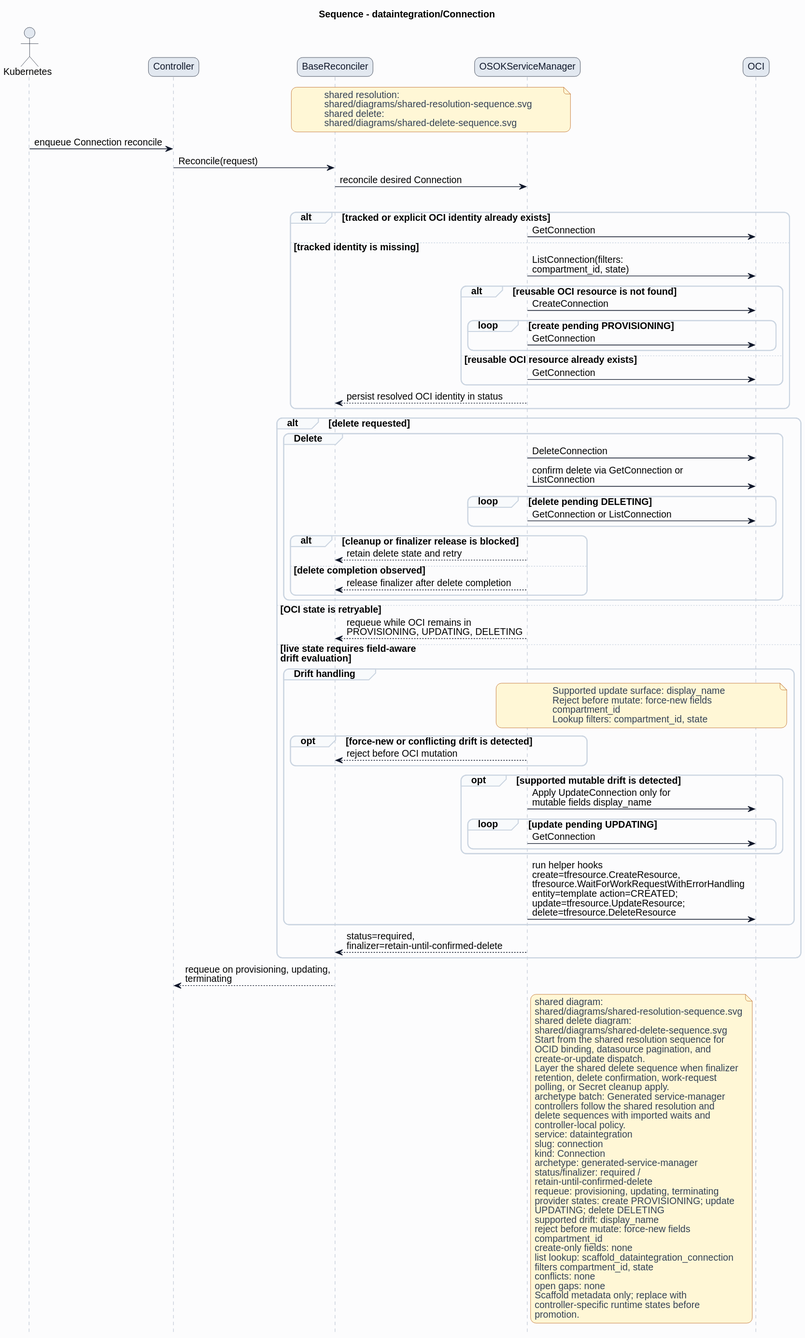
Earlier version of the PlantUML export formal/controllers/dataintegration/connection/diagrams/sequence.svg (HaoyL666/oci-service-operator). Its diagram source:
```plantuml
@startuml
skinparam shadowing false
skinparam backgroundColor #fcfcfd
skinparam defaultFontName Helvetica
skinparam defaultFontSize 14
skinparam arrowColor #0f172a
skinparam noteBackgroundColor #fff7d6
skinparam noteBorderColor #b45309
skinparam noteFontColor #334155
skinparam roundcorner 16
title Sequence - dataintegration/Connection
hide footbox
skinparam sequence {
  actorBorderColor #0f172a
  actorBackgroundColor #e2e8f0
  participantBorderColor #0f172a
  participantBackgroundColor #e2e8f0
  participantFontColor #0f172a
  lifeLineBorderColor #94a3b8
  groupBorderColor #cbd5e1
  groupBackgroundColor #f8fafc
}
actor Kubernetes
participant Controller
participant BaseReconciler
participant "OSOKServiceManager" as ServiceManager
participant OCI
note over BaseReconciler,ServiceManager
shared resolution:
shared/diagrams/shared-resolution-sequence.svg
shared delete:
shared/diagrams/shared-delete-sequence.svg
end note
Kubernetes -> Controller: enqueue Connection reconcile
Controller -> BaseReconciler: Reconcile(request)
BaseReconciler -> ServiceManager: reconcile desired Connection
group Lookup and bind
alt tracked or explicit OCI identity already exists
ServiceManager -> OCI: GetConnection
else tracked identity is missing
ServiceManager -> OCI: ListConnection(filters:\ncompartment_id, state)
alt reusable OCI resource is not found
ServiceManager -> OCI: CreateConnection
loop create pending PROVISIONING
ServiceManager -> OCI: GetConnection
end
else reusable OCI resource already exists
ServiceManager -> OCI: GetConnection
end
ServiceManager --> BaseReconciler: persist resolved OCI identity in status
end
alt delete requested
group Delete
ServiceManager -> OCI: DeleteConnection
ServiceManager -> OCI: confirm delete via GetConnection or\nListConnection
loop delete pending DELETING
ServiceManager -> OCI: GetConnection or ListConnection
end
alt cleanup or finalizer release is blocked
ServiceManager --> BaseReconciler: retain delete state and retry
else delete completion observed
ServiceManager --> BaseReconciler: release finalizer after delete completion
end
end
else OCI state is retryable
ServiceManager --> BaseReconciler: requeue while OCI remains in\nPROVISIONING, UPDATING, DELETING
else live state requires field-aware\ndrift evaluation
group Drift handling
note over ServiceManager,OCI
Supported update surface: display_name
Reject before mutate: force-new fields
compartment_id
Lookup filters: compartment_id, state
end note
opt force-new or conflicting drift is detected
ServiceManager --> BaseReconciler: reject before OCI mutation
end
opt supported mutable drift is detected
ServiceManager -> OCI: Apply UpdateConnection only for\nmutable fields display_name
loop update pending UPDATING
ServiceManager -> OCI: GetConnection
end
end
ServiceManager -> OCI: run helper hooks\ncreate=tfresource.CreateResource,\ntfresource.WaitForWorkRequestWithErrorHandling\nentity=template action=CREATED;\nupdate=tfresource.UpdateResource;\ndelete=tfresource.DeleteResource
end
ServiceManager --> BaseReconciler: status=required,\nfinalizer=retain-until-confirmed-delete
end
BaseReconciler --> Controller: requeue on provisioning, updating,\nterminating
note right of ServiceManager
shared diagram:
shared/diagrams/shared-resolution-sequence.svg
shared delete diagram:
shared/diagrams/shared-delete-sequence.svg
Start from the shared resolution sequence for
OCID binding, datasource pagination, and
create-or-update dispatch.
Layer the shared delete sequence when finalizer
retention, delete confirmation, work-request
polling, or Secret cleanup apply.
archetype batch: Generated service-manager
controllers follow the shared resolution and
delete sequences with imported waits and
controller-local policy.
service: dataintegration
slug: connection
kind: Connection
archetype: generated-service-manager
status/finalizer: required /
retain-until-confirmed-delete
requeue: provisioning, updating, terminating
provider states: create PROVISIONING; update
UPDATING; delete DELETING
supported drift: display_name
reject before mutate: force-new fields
compartment_id
create-only fields: none
list lookup: scaffold_dataintegration_connection
filters compartment_id, state
conflicts: none
open gaps: none
Scaffold metadata only; replace with
controller-specific runtime states before
promotion.
end note
@enduml
```
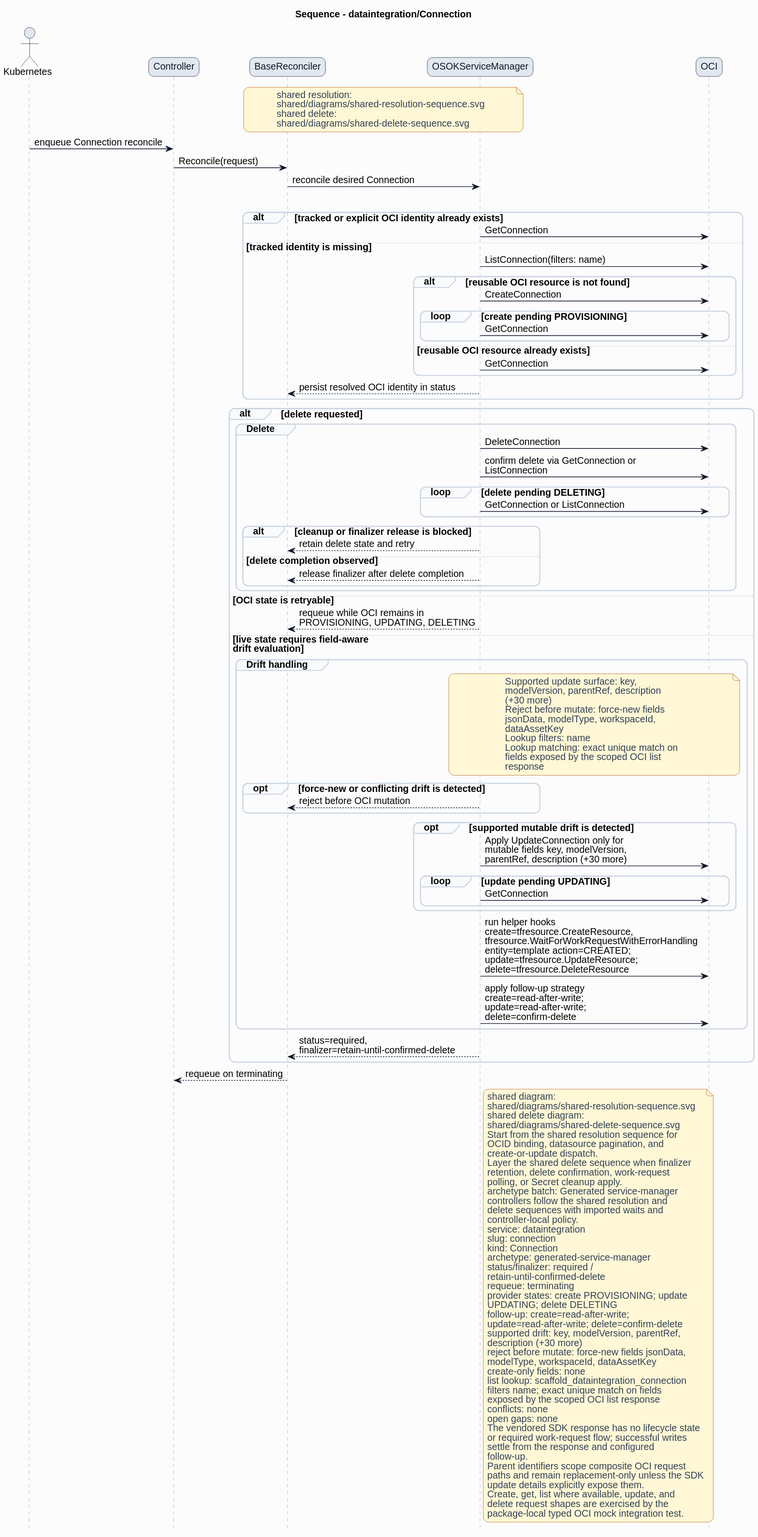
Later version of the same file.

The edit, as a diff of the source:
```diff
@@ -38,7 +38,7 @@
 alt tracked or explicit OCI identity already exists
 ServiceManager -> OCI: GetConnection
 else tracked identity is missing
-ServiceManager -> OCI: ListConnection(filters:\ncompartment_id, state)
+ServiceManager -> OCI: ListConnection(filters: name)
 alt reusable OCI resource is not found
 ServiceManager -> OCI: CreateConnection
 loop create pending PROVISIONING
@@ -67,25 +67,32 @@
 else live state requires field-aware\ndrift evaluation
 group Drift handling
 note over ServiceManager,OCI
-Supported update surface: display_name
+Supported update surface: key,
+modelVersion, parentRef, description
+(+30 more)
 Reject before mutate: force-new fields
-compartment_id
-Lookup filters: compartment_id, state
+jsonData, modelType, workspaceId,
+dataAssetKey
+Lookup filters: name
+Lookup matching: exact unique match on
+fields exposed by the scoped OCI list
+response
 end note
 opt force-new or conflicting drift is detected
 ServiceManager --> BaseReconciler: reject before OCI mutation
 end
 opt supported mutable drift is detected
-ServiceManager -> OCI: Apply UpdateConnection only for\nmutable fields display_name
+ServiceManager -> OCI: Apply UpdateConnection only for\nmutable fields key, modelVersion,\nparentRef, description (+30 more)
 loop update pending UPDATING
 ServiceManager -> OCI: GetConnection
 end
 end
 ServiceManager -> OCI: run helper hooks\ncreate=tfresource.CreateResource,\ntfresource.WaitForWorkRequestWithErrorHandling\nentity=template action=CREATED;\nupdate=tfresource.UpdateResource;\ndelete=tfresource.DeleteResource
+ServiceManager -> OCI: apply follow-up strategy\ncreate=read-after-write;\nupdate=read-after-write;\ndelete=confirm-delete
 end
 ServiceManager --> BaseReconciler: status=required,\nfinalizer=retain-until-confirmed-delete
 end
-BaseReconciler --> Controller: requeue on provisioning, updating,\nterminating
+BaseReconciler --> Controller: requeue on terminating
 note right of ServiceManager
 shared diagram:
 shared/diagrams/shared-resolution-sequence.svg
@@ -107,19 +114,30 @@
 archetype: generated-service-manager
 status/finalizer: required /
 retain-until-confirmed-delete
-requeue: provisioning, updating, terminating
+requeue: terminating
 provider states: create PROVISIONING; update
 UPDATING; delete DELETING
-supported drift: display_name
-reject before mutate: force-new fields
-compartment_id
+follow-up: create=read-after-write;
+update=read-after-write; delete=confirm-delete
+supported drift: key, modelVersion, parentRef,
+description (+30 more)
+reject before mutate: force-new fields jsonData,
+modelType, workspaceId, dataAssetKey
 create-only fields: none
 list lookup: scaffold_dataintegration_connection
-filters compartment_id, state
+filters name; exact unique match on fields
+exposed by the scoped OCI list response
 conflicts: none
 open gaps: none
-Scaffold metadata only; replace with
-controller-specific runtime states before
-promotion.
+The vendored SDK response has no lifecycle state
+or required work-request flow; successful writes
+settle from the response and configured
+follow-up.
+Parent identifiers scope composite OCI request
+paths and remain replacement-only unless the SDK
+update details explicitly expose them.
+Create, get, list where available, update, and
+delete request shapes are exercised by the
+package-local typed OCI mock integration test.
 end note
 @enduml
```
